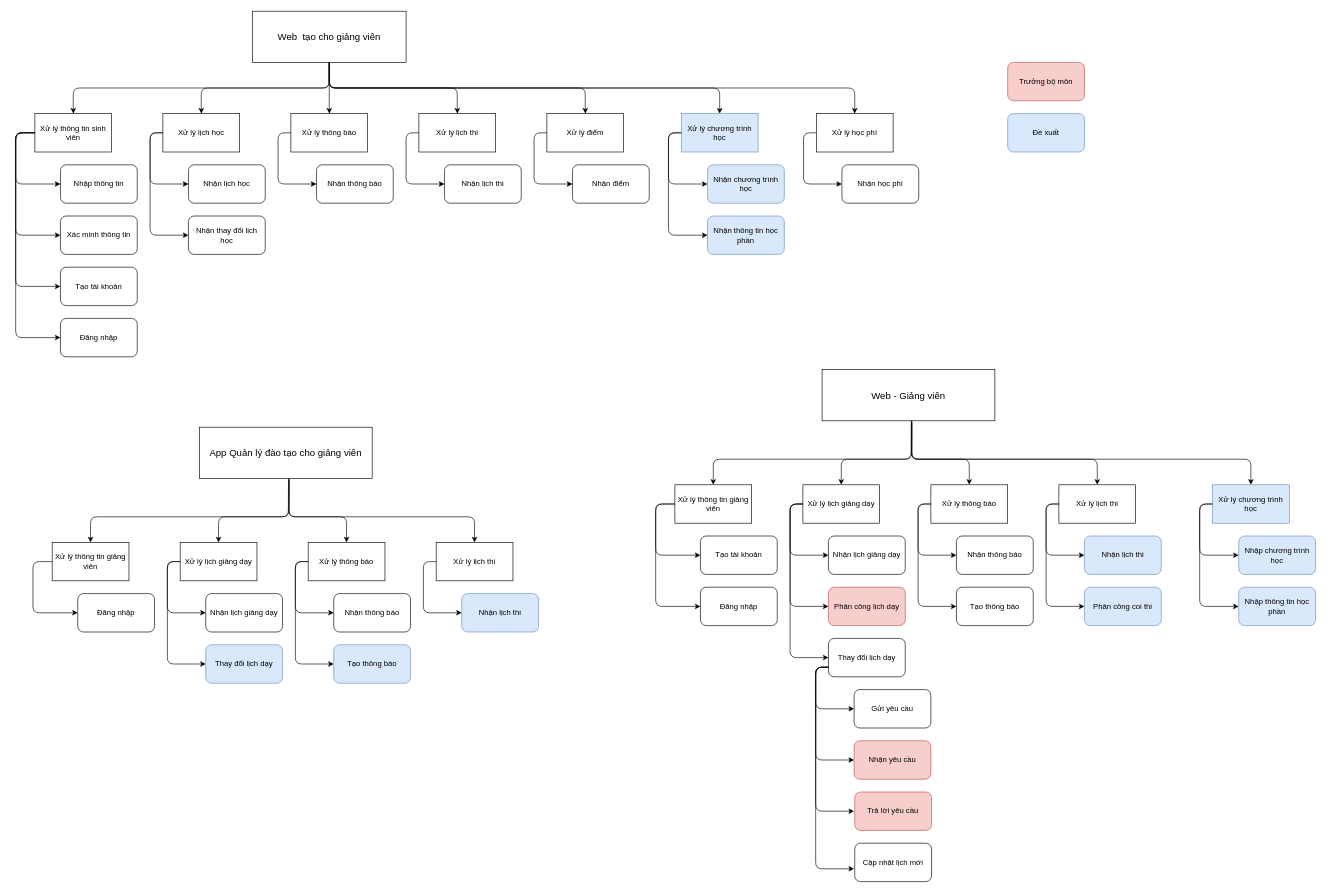
Earlier version of the draw.io diagram Untitled Diagram.drawio (spicy-tomato/app_qldt). Source tidied: cells renumbered, new cells numbered last; positions are measured from the earlier drawing's top-left corner, leaving out a move shared by most shapes. Both pictures are drawn from the tidied source at 64%, with x=0, y=0 at pixel (15, 11).
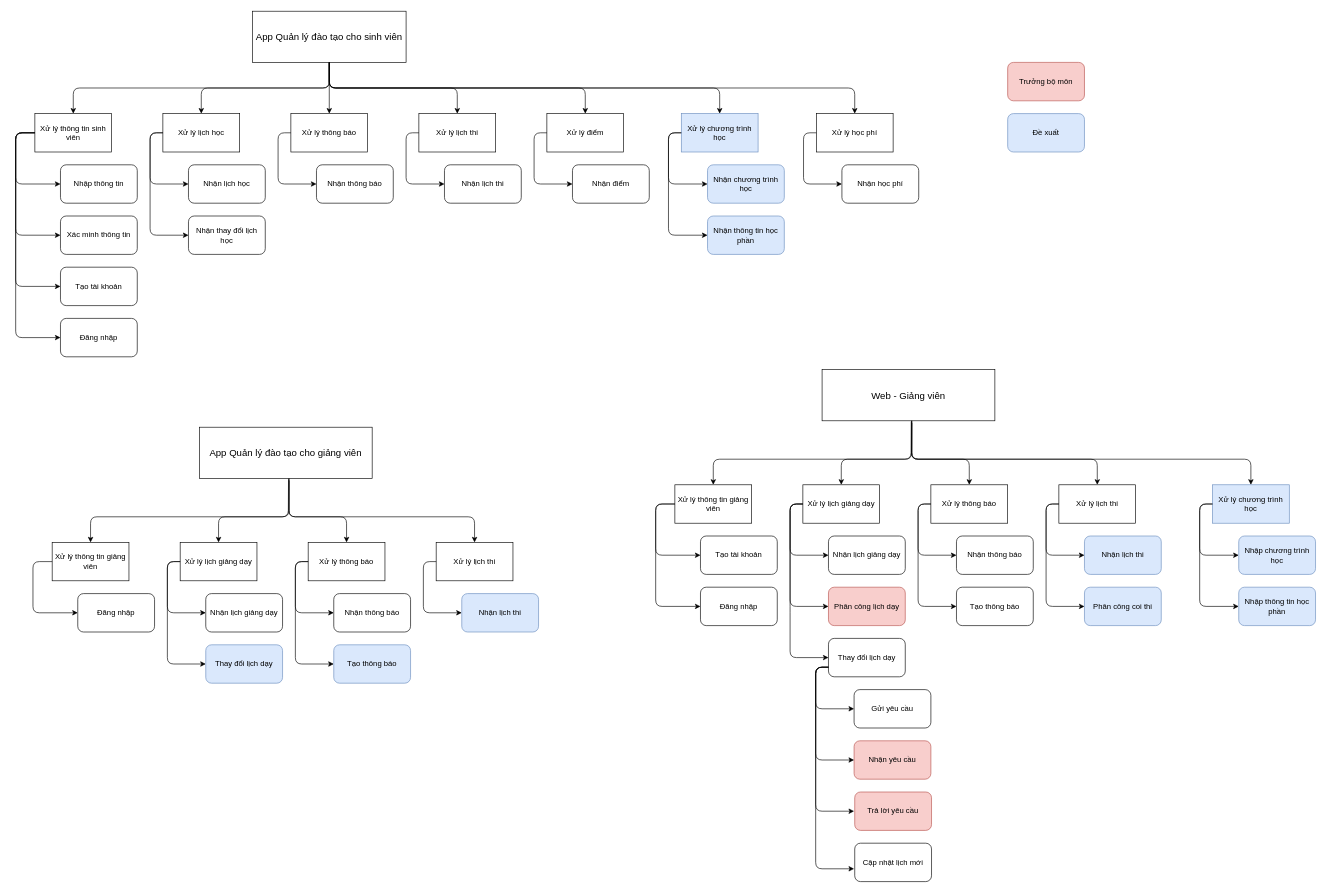
The same page after the edit.

The edit, as a diff of the source:
```diff
@@
-    <mxCell id="2" value="&lt;font style=&quot;font-size: 15px&quot;&gt;Web&amp;nbsp; tạo cho giảng viên&lt;/font&gt;" style="rounded=0;whiteSpace=wrap;html=1;" parent="1" vertex="1">
+    <mxCell id="2" value="&lt;font style=&quot;font-size: 15px&quot;&gt;App Quản lý đào&amp;nbsp;tạo cho sinh viên&lt;/font&gt;" style="rounded=0;whiteSpace=wrap;html=1;" parent="1" vertex="1">
       <mxGeometry x="370" width="240" height="80" as="geometry" />
     </mxCell>
```
